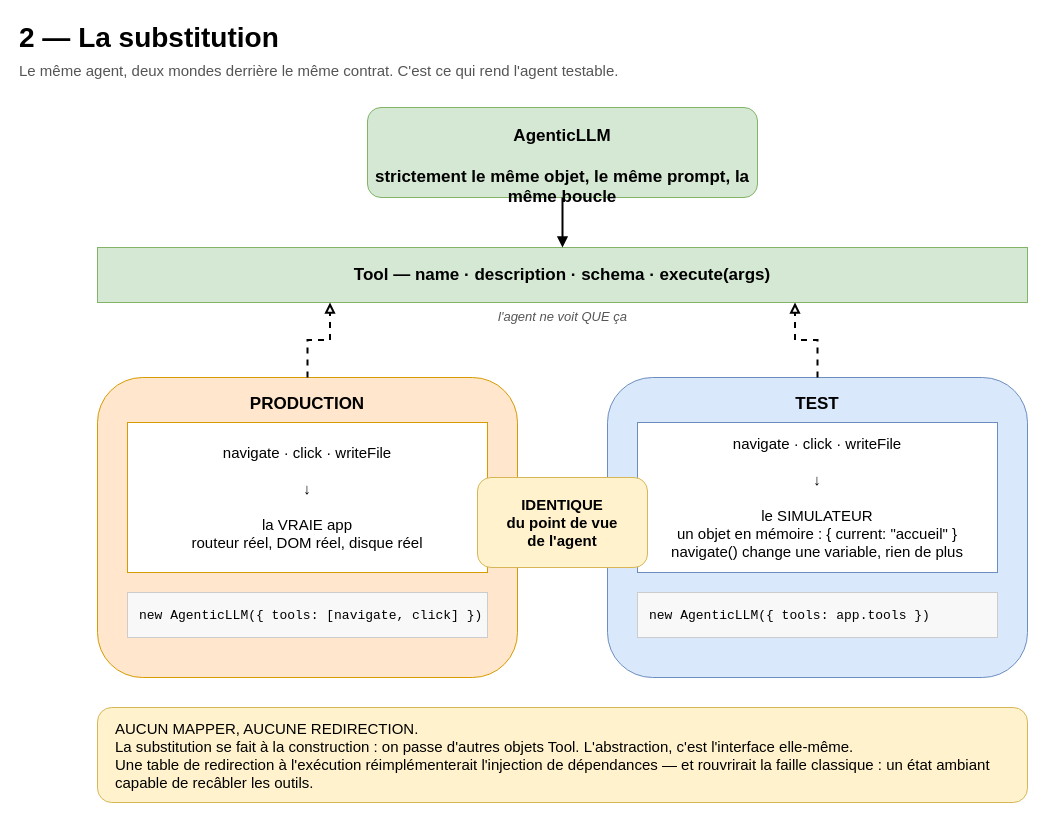
Earlier version of the draw.io diagram page "2 : La substitution" (2 of 5) of docs/schema/Architecture-agent-core.drawio (A-World-Felt/NATHAN-agent-package). Source tidied: cells renumbered, new cells numbered last; positions are measured from the earlier drawing's top-left corner, leaving out a move shared by most shapes. Both pictures are drawn from the tidied source at 100%, with x=0, y=0 at pixel (17, 17).
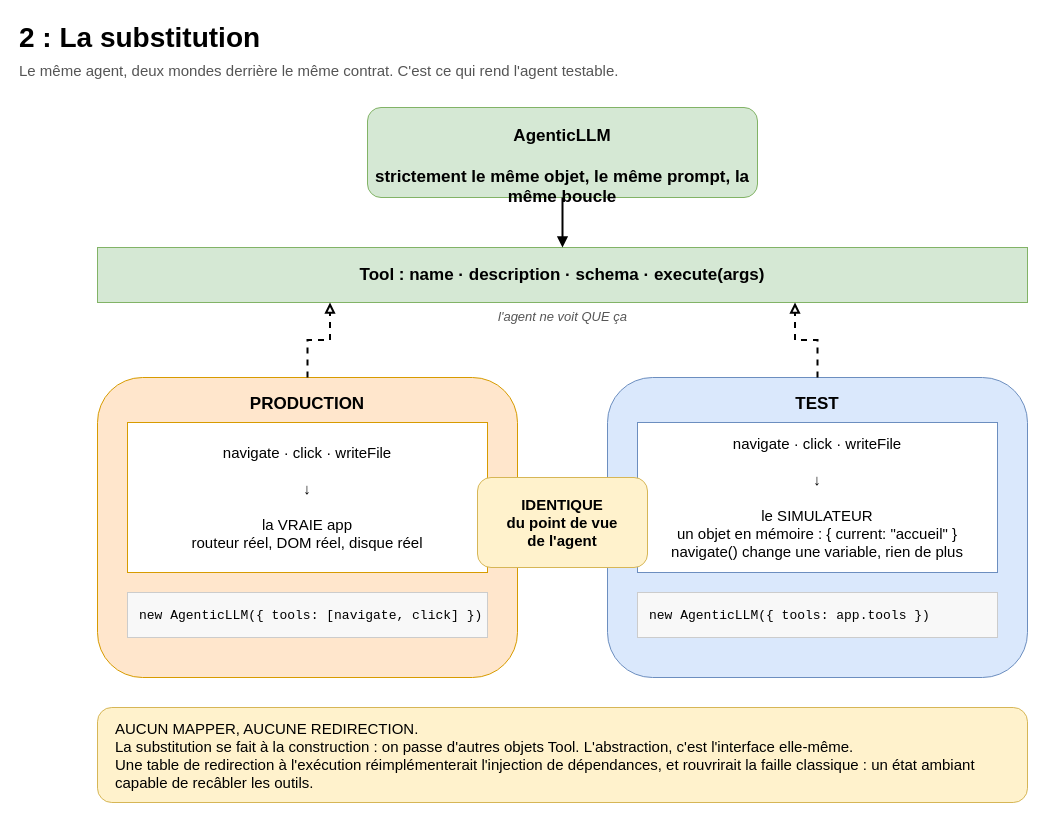
Above is the later version.

Commit message (it also covers changes not shown here):
docs(schema): remove em-dashes from the architecture diagram (DEV-196)

Replace every em-dash in the diagram's text labels with the
punctuation that fits its sentence: a colon for a label introducing
an explanation, a comma for a coordinated clause, or parentheses for
an ADR citation. The project forbids the em-dash in written
deliverables.

No wording changes beyond the punctuation swap: the French text is
otherwise untouched.

The edit, as a diff of the source:
```diff
@@
 <mxGraphModel>
   <root>
     <mxCell id="0" />
     <mxCell id="1" parent="0" />
-    <mxCell id="2" value="2 — La substitution" style="text;html=1;align=left;verticalAlign=middle;fontSize=28;fontStyle=1;" parent="1" vertex="1">
+    <mxCell id="2" value="2 : La substitution" style="text;html=1;align=left;verticalAlign=middle;fontSize=28;fontStyle=1;" parent="1" vertex="1">
       <mxGeometry width="600" height="40" as="geometry" />
     </mxCell>
     <mxCell id="3" value="Le même agent, deux mondes derrière le même contrat. C'est ce qui rend l'agent testable." style="text;html=1;align=left;verticalAlign=middle;fontSize=15;fontColor=#555555;" parent="1" vertex="1">
       <mxGeometry y="38" width="900" height="30" as="geometry" />
     </mxCell>
     <mxCell id="4" value="AgenticLLM&#10;&#10;strictement le même objet, le même prompt, la même boucle" style="rounded=1;whiteSpace=wrap;html=1;fillColor=#d5e8d4;strokeColor=#82b366;fontSize=17;fontStyle=1;verticalAlign=top;spacingTop=12;" parent="1" vertex="1">
       <mxGeometry x="350" y="90" width="390" height="90" as="geometry" />
     </mxCell>
-    <mxCell id="5" value="Tool  —  name · description · schema · execute(args)" style="rounded=0;whiteSpace=wrap;html=1;fillColor=#d5e8d4;strokeColor=#82b366;fontSize=17;fontStyle=1;" parent="1" vertex="1">
+    <mxCell id="5" value="Tool : name · description · schema · execute(args)" style="rounded=0;whiteSpace=wrap;html=1;fillColor=#d5e8d4;strokeColor=#82b366;fontSize=17;fontStyle=1;" parent="1" vertex="1">
       <mxGeometry x="80" y="230" width="930" height="55" as="geometry" />
     </mxCell>
     <mxCell id="6" value="l'agent ne voit QUE ça" style="text;html=1;align=center;fontSize=13;fontColor=#555555;fontStyle=2;" parent="1" vertex="1">
       <mxGeometry x="80" y="285" width="930" height="24" as="geometry" />
     </mxCell>
     <mxCell id="7" style="edgeStyle=orthogonalEdgeStyle;rounded=0;html=1;endArrow=block;strokeWidth=2;fontSize=13;exitX=0.5;exitY=1;exitDx=0;exitDy=0;entryX=0.5;entryY=0;entryDx=0;entryDy=0;" parent="1" edge="1" source="4" target="5">
       <mxGeometry relative="1" as="geometry" />
     </mxCell>
     <mxCell id="8" value="PRODUCTION" style="rounded=1;whiteSpace=wrap;html=1;fillColor=#ffe6cc;strokeColor=#d79b00;fontSize=17;fontStyle=1;verticalAlign=top;spacingTop=10;" parent="1" vertex="1">
       <mxGeometry x="80" y="360" width="420" height="300" as="geometry" />
     </mxCell>
     <mxCell id="9" value="navigate  ·  click  ·  writeFile&#10;&#10;↓&#10;&#10;la VRAIE app&#10;routeur réel, DOM réel, disque réel" style="rounded=0;whiteSpace=wrap;html=1;fillColor=#ffffff;strokeColor=#d79b00;fontSize=15;verticalAlign=middle;" parent="1" vertex="1">
       <mxGeometry x="110" y="405" width="360" height="150" as="geometry" />
     </mxCell>
     <mxCell id="10" value="new AgenticLLM({ tools: [navigate, click] })" style="rounded=0;whiteSpace=wrap;html=1;fillColor=#f8f8f8;strokeColor=#cccccc;fontSize=13;fontFamily=Courier New;verticalAlign=middle;align=left;spacingLeft=10;" parent="1" vertex="1">
       <mxGeometry x="110" y="575" width="360" height="45" as="geometry" />
     </mxCell>
     <mxCell id="11" value="TEST" style="rounded=1;whiteSpace=wrap;html=1;fillColor=#dae8fc;strokeColor=#6c8ebf;fontSize=17;fontStyle=1;verticalAlign=top;spacingTop=10;" parent="1" vertex="1">
       <mxGeometry x="590" y="360" width="420" height="300" as="geometry" />
     </mxCell>
     <mxCell id="12" value="navigate  ·  click  ·  writeFile&#10;&#10;↓&#10;&#10;le SIMULATEUR&#10;un objet en mémoire : { current: &quot;accueil&quot; }&#10;navigate() change une variable, rien de plus" style="rounded=0;whiteSpace=wrap;html=1;fillColor=#ffffff;strokeColor=#6c8ebf;fontSize=15;verticalAlign=middle;" parent="1" vertex="1">
       <mxGeometry x="620" y="405" width="360" height="150" as="geometry" />
     </mxCell>
     <mxCell id="13" value="new AgenticLLM({ tools: app.tools })" style="rounded=0;whiteSpace=wrap;html=1;fillColor=#f8f8f8;strokeColor=#cccccc;fontSize=13;fontFamily=Courier New;verticalAlign=middle;align=left;spacingLeft=10;" parent="1" vertex="1">
       <mxGeometry x="620" y="575" width="360" height="45" as="geometry" />
     </mxCell>
     <mxCell id="14" style="edgeStyle=orthogonalEdgeStyle;rounded=0;html=1;endArrow=block;endFill=0;dashed=1;strokeWidth=2;fontSize=13;exitX=0.5;exitY=0;exitDx=0;exitDy=0;entryX=0.25;entryY=1;entryDx=0;entryDy=0;" parent="1" edge="1" source="8" target="5">
       <mxGeometry relative="1" as="geometry" />
     </mxCell>
     <mxCell id="15" style="edgeStyle=orthogonalEdgeStyle;rounded=0;html=1;endArrow=block;endFill=0;dashed=1;strokeWidth=2;fontSize=13;exitX=0.5;exitY=0;exitDx=0;exitDy=0;entryX=0.75;entryY=1;entryDx=0;entryDy=0;" parent="1" edge="1" source="11" target="5">
       <mxGeometry relative="1" as="geometry" />
     </mxCell>
     <mxCell id="16" value="IDENTIQUE&#10;du point de vue&#10;de l'agent" style="rounded=1;whiteSpace=wrap;html=1;fillColor=#fff2cc;strokeColor=#d6b656;fontSize=15;fontStyle=1;verticalAlign=middle;" parent="1" vertex="1">
       <mxGeometry x="460" y="460" width="170" height="90" as="geometry" />
     </mxCell>
-    <mxCell id="17" value="AUCUN MAPPER, AUCUNE REDIRECTION.&#10;La substitution se fait à la construction : on passe d'autres objets Tool. L'abstraction, c'est l'interface elle-même.&#10;Une table de redirection à l'exécution réimplémenterait l'injection de dépendances — et rouvrirait la faille classique : un état ambiant capable de recâbler les outils." style="rounded=1;whiteSpace=wrap;html=1;fillColor=#fff2cc;strokeColor=#d6b656;align=left;spacingLeft=16;verticalAlign=middle;fontSize=15;" parent="1" vertex="1">
+    <mxCell id="17" value="AUCUN MAPPER, AUCUNE REDIRECTION.&#10;La substitution se fait à la construction : on passe d'autres objets Tool. L'abstraction, c'est l'interface elle-même.&#10;Une table de redirection à l'exécution réimplémenterait l'injection de dépendances, et rouvrirait la faille classique : un état ambiant capable de recâbler les outils." style="rounded=1;whiteSpace=wrap;html=1;fillColor=#fff2cc;strokeColor=#d6b656;align=left;spacingLeft=16;verticalAlign=middle;fontSize=15;" parent="1" vertex="1">
       <mxGeometry x="80" y="690" width="930" height="95" as="geometry" />
     </mxCell>
   </root>
 </mxGraphModel>
```
